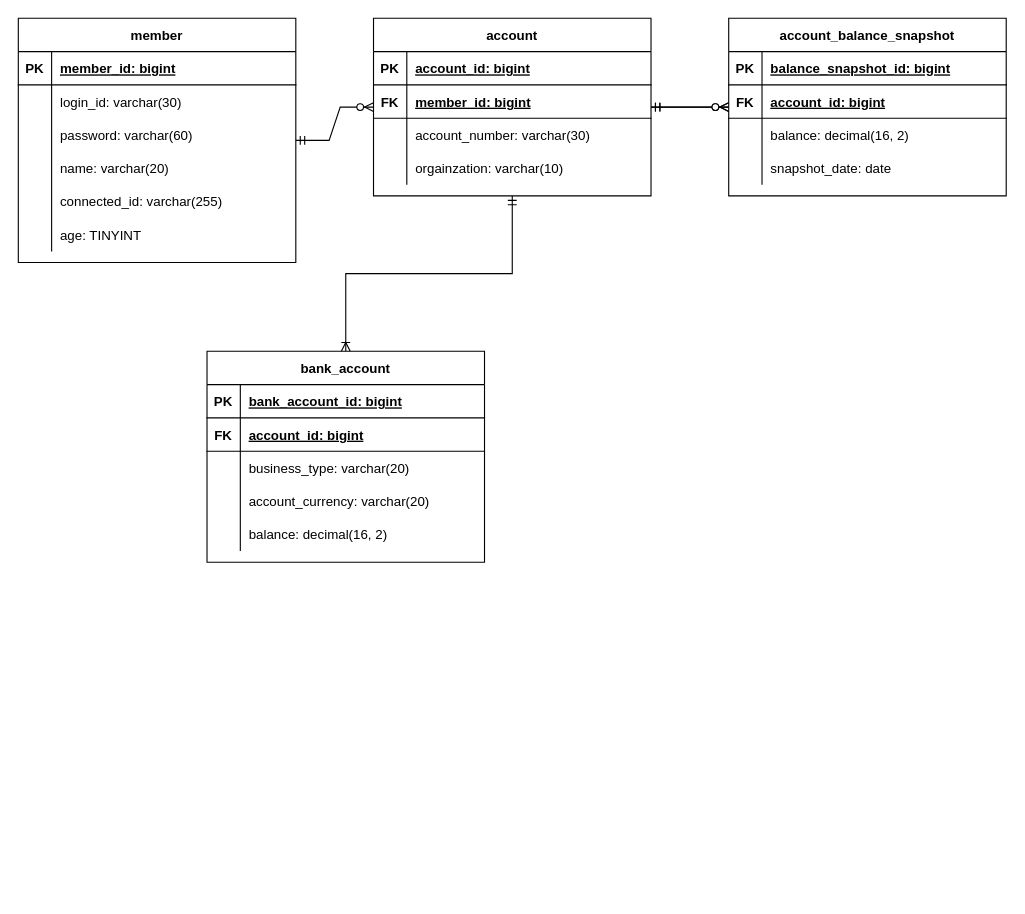
Earlier version of the draw.io diagram ER다이어그램(자산관리앱).drawio (GunwooJo/AssetManagement). Source tidied: cells renumbered, new cells numbered last; positions are measured from the earlier drawing's top-left corner, leaving out a move shared by most shapes. Both pictures are drawn from the tidied source at 111%, with x=0, y=0 at pixel (18, 18).
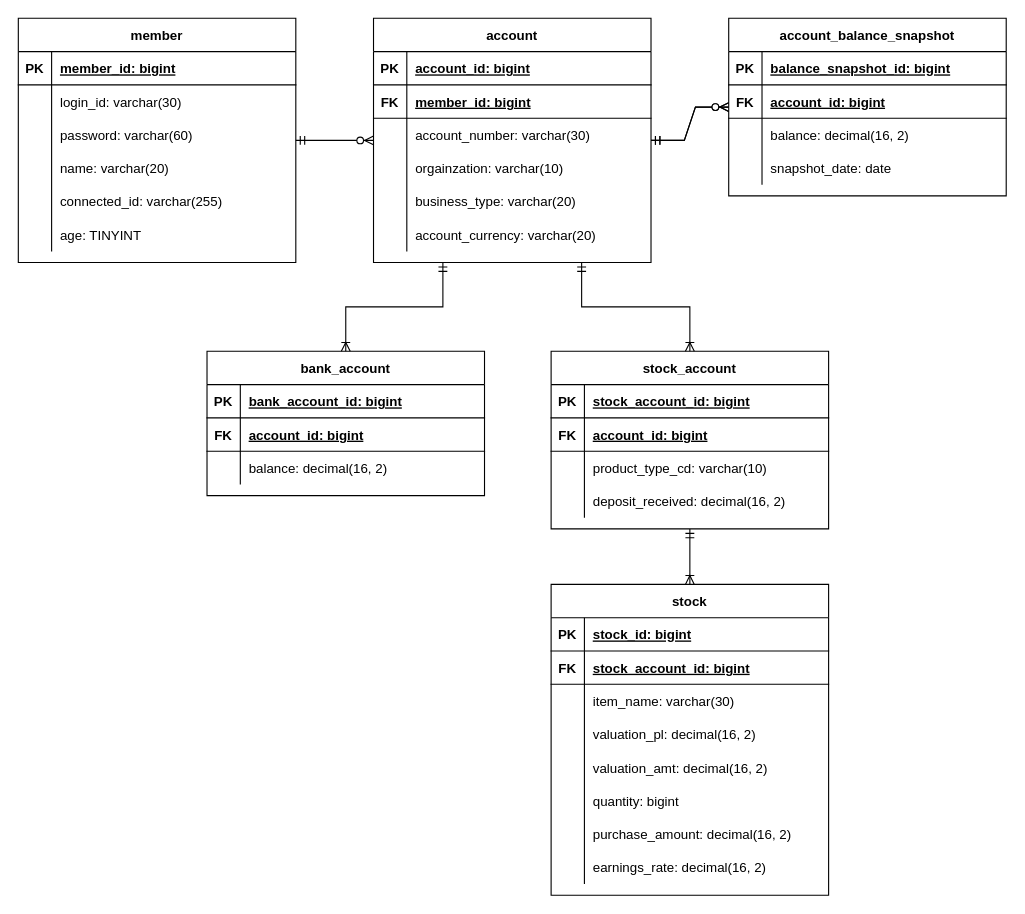
After the change.

Commit message:
stock_account, stock 테이블 정의

Diff of the diagram source:
```diff
@@
     <mxCell id="21" value="account" style="shape=table;startSize=30;childLayout=tableLayout;rowLines=0;fontStyle=1;align=center;" parent="1" vertex="1">
-      <mxGeometry x="320" width="250" height="160" as="geometry" />
+      <mxGeometry x="320" width="250" height="220" as="geometry" />
     </mxCell>
@@
+    <mxCell id="67" style="shape=partialRectangle;fillColor=none;top=0;left=0;right=0;bottom=0;" parent="21" vertex="1">
+      <mxGeometry y="150" width="250" height="30" as="geometry" />
+    </mxCell>
+    <mxCell id="68" style="shape=partialRectangle;overflow=hidden;fillColor=none;top=0;left=0;bottom=0;right=0;" parent="67" vertex="1">
+      <mxGeometry width="30" height="30" as="geometry" />
+    </mxCell>
+    <mxCell id="59" value="business_type: varchar(20)" style="shape=partialRectangle;overflow=hidden;fillColor=none;top=0;left=0;bottom=0;right=0;align=left;spacingLeft=6;" parent="67" vertex="1">
+      <mxGeometry x="30" width="220" height="30" as="geometry" />
+    </mxCell>
+    <mxCell id="69" style="shape=partialRectangle;fillColor=none;top=0;left=0;right=0;bottom=0;" parent="21" vertex="1">
+      <mxGeometry y="180" width="250" height="30" as="geometry" />
+    </mxCell>
+    <mxCell id="70" style="shape=partialRectangle;overflow=hidden;fillColor=none;top=0;left=0;bottom=0;right=0;" parent="69" vertex="1">
+      <mxGeometry width="30" height="30" as="geometry" />
+    </mxCell>
+    <mxCell id="62" value="account_currency: varchar(20)" style="shape=partialRectangle;overflow=hidden;fillColor=none;top=0;left=0;bottom=0;right=0;align=left;spacingLeft=6;" parent="69" vertex="1">
+      <mxGeometry x="30" width="220" height="30" as="geometry" />
+    </mxCell>
@@
     <mxCell id="50" value="bank_account" style="shape=table;startSize=30;childLayout=tableLayout;rowLines=0;fontStyle=1;align=center;" parent="1" vertex="1">
-      <mxGeometry x="170" y="300" width="250" height="190" as="geometry" />
+      <mxGeometry x="170" y="300" width="250" height="130" as="geometry" />
     </mxCell>
@@
-    <mxCell id="57" style="shape=partialRectangle;fillColor=none;top=0;left=0;right=0;bottom=0;" parent="50" vertex="1">
-      <mxGeometry y="90" width="250" height="30" as="geometry" />
-    </mxCell>
-    <mxCell id="58" style="shape=partialRectangle;overflow=hidden;fillColor=none;top=0;left=0;bottom=0;right=0;" parent="57" vertex="1">
-      <mxGeometry width="30" height="30" as="geometry" />
-    </mxCell>
-    <mxCell id="59" value="business_type: varchar(20)" style="shape=partialRectangle;overflow=hidden;fillColor=none;top=0;left=0;bottom=0;right=0;align=left;spacingLeft=6;" parent="57" vertex="1">
-      <mxGeometry x="30" width="220" height="30" as="geometry" />
-    </mxCell>
-    <mxCell id="60" style="shape=partialRectangle;fillColor=none;top=0;left=0;right=0;bottom=0;" parent="50" vertex="1">
-      <mxGeometry y="120" width="250" height="30" as="geometry" />
-    </mxCell>
-    <mxCell id="61" style="shape=partialRectangle;overflow=hidden;fillColor=none;top=0;left=0;bottom=0;right=0;" parent="60" vertex="1">
-      <mxGeometry width="30" height="30" as="geometry" />
-    </mxCell>
-    <mxCell id="62" value="account_currency: varchar(20)" style="shape=partialRectangle;overflow=hidden;fillColor=none;top=0;left=0;bottom=0;right=0;align=left;spacingLeft=6;" parent="60" vertex="1">
-      <mxGeometry x="30" width="220" height="30" as="geometry" />
-    </mxCell>
     <mxCell id="63" style="shape=partialRectangle;fillColor=none;top=0;left=0;right=0;bottom=0;" parent="50" vertex="1">
-      <mxGeometry y="150" width="250" height="30" as="geometry" />
+      <mxGeometry y="90" width="250" height="30" as="geometry" />
     </mxCell>
@@
-    <mxCell id="66" style="edgeStyle=orthogonalEdgeStyle;fontSize=12;html=1;endArrow=ERoneToMany;startArrow=ERmandOne;rounded=0;" parent="1" edge="1" source="21" target="50">
+    <mxCell id="66" style="edgeStyle=orthogonalEdgeStyle;fontSize=12;html=1;endArrow=ERoneToMany;startArrow=ERmandOne;rounded=0;exitX=0.25;exitY=1;exitDx=0;exitDy=0;" parent="1" edge="1" source="21" target="50">
       <mxGeometry relative="1" as="geometry" />
     </mxCell>
+    <mxCell id="71" value="stock_account" style="shape=table;startSize=30;childLayout=tableLayout;rowLines=0;fontStyle=1;align=center;" parent="1" vertex="1">
+      <mxGeometry x="480" y="300" width="250" height="160" as="geometry" />
+    </mxCell>
+    <mxCell id="72" style="shape=partialRectangle;fillColor=none;top=0;left=0;right=0;bottom=1;" parent="71" vertex="1">
+      <mxGeometry y="30" width="250" height="30" as="geometry" />
+    </mxCell>
+    <mxCell id="73" value="PK" style="shape=partialRectangle;overflow=hidden;fillColor=none;top=0;left=0;bottom=0;right=0;fontStyle=1;" parent="72" vertex="1">
+      <mxGeometry width="30" height="30" as="geometry" />
+    </mxCell>
+    <mxCell id="74" value="stock_account_id: bigint" style="shape=partialRectangle;overflow=hidden;fillColor=none;top=0;left=0;bottom=0;right=0;align=left;spacingLeft=6;fontStyle=5;" parent="72" vertex="1">
+      <mxGeometry x="30" width="220" height="30" as="geometry" />
+    </mxCell>
+    <mxCell id="75" style="shape=partialRectangle;fillColor=none;top=0;left=0;right=0;bottom=1;" parent="71" vertex="1">
+      <mxGeometry y="60" width="250" height="30" as="geometry" />
+    </mxCell>
+    <mxCell id="76" value="FK" style="shape=partialRectangle;overflow=hidden;fillColor=none;top=0;left=0;bottom=0;right=0;fontStyle=1;" parent="75" vertex="1">
+      <mxGeometry width="30" height="30" as="geometry" />
+    </mxCell>
+    <mxCell id="77" value="account_id: bigint" style="shape=partialRectangle;overflow=hidden;fillColor=none;top=0;left=0;bottom=0;right=0;align=left;spacingLeft=6;fontStyle=5;" parent="75" vertex="1">
+      <mxGeometry x="30" width="220" height="30" as="geometry" />
+    </mxCell>
+    <mxCell id="78" style="shape=partialRectangle;fillColor=none;top=0;left=0;right=0;bottom=0;" parent="71" vertex="1">
+      <mxGeometry y="90" width="250" height="30" as="geometry" />
+    </mxCell>
+    <mxCell id="79" style="shape=partialRectangle;overflow=hidden;fillColor=none;top=0;left=0;bottom=0;right=0;" parent="78" vertex="1">
+      <mxGeometry width="30" height="30" as="geometry" />
+    </mxCell>
+    <mxCell id="80" value="product_type_cd: varchar(10)" style="shape=partialRectangle;overflow=hidden;fillColor=none;top=0;left=0;bottom=0;right=0;align=left;spacingLeft=6;" parent="78" vertex="1">
+      <mxGeometry x="30" width="220" height="30" as="geometry" />
+    </mxCell>
+    <mxCell id="81" style="shape=partialRectangle;fillColor=none;top=0;left=0;right=0;bottom=0;" parent="71" vertex="1">
+      <mxGeometry y="120" width="250" height="30" as="geometry" />
+    </mxCell>
+    <mxCell id="82" style="shape=partialRectangle;overflow=hidden;fillColor=none;top=0;left=0;bottom=0;right=0;" parent="81" vertex="1">
+      <mxGeometry width="30" height="30" as="geometry" />
+    </mxCell>
+    <mxCell id="83" value="deposit_received: decimal(16, 2)" style="shape=partialRectangle;overflow=hidden;fillColor=none;top=0;left=0;bottom=0;right=0;align=left;spacingLeft=6;" parent="81" vertex="1">
+      <mxGeometry x="30" width="220" height="30" as="geometry" />
+    </mxCell>
+    <mxCell id="84" style="fontSize=12;html=1;endArrow=ERoneToMany;startArrow=ERmandOne;rounded=0;exitX=0.75;exitY=1;exitDx=0;exitDy=0;edgeStyle=orthogonalEdgeStyle;" parent="1" edge="1" source="21" target="71">
+      <mxGeometry relative="1" as="geometry" />
+    </mxCell>
+    <mxCell id="85" value="stock" style="shape=table;startSize=30;childLayout=tableLayout;rowLines=0;fontStyle=1;align=center;" parent="1" vertex="1">
+      <mxGeometry x="480" y="510" width="250" height="280" as="geometry" />
+    </mxCell>
+    <mxCell id="86" style="shape=partialRectangle;fillColor=none;top=0;left=0;right=0;bottom=1;" parent="85" vertex="1">
+      <mxGeometry y="30" width="250" height="30" as="geometry" />
+    </mxCell>
+    <mxCell id="87" value="PK" style="shape=partialRectangle;overflow=hidden;fillColor=none;top=0;left=0;bottom=0;right=0;fontStyle=1;" parent="86" vertex="1">
+      <mxGeometry width="30" height="30" as="geometry" />
+    </mxCell>
+    <mxCell id="88" value="stock_id: bigint" style="shape=partialRectangle;overflow=hidden;fillColor=none;top=0;left=0;bottom=0;right=0;align=left;spacingLeft=6;fontStyle=5;" parent="86" vertex="1">
+      <mxGeometry x="30" width="220" height="30" as="geometry" />
+    </mxCell>
+    <mxCell id="89" style="shape=partialRectangle;fillColor=none;top=0;left=0;right=0;bottom=1;" parent="85" vertex="1">
+      <mxGeometry y="60" width="250" height="30" as="geometry" />
+    </mxCell>
+    <mxCell id="90" value="FK" style="shape=partialRectangle;overflow=hidden;fillColor=none;top=0;left=0;bottom=0;right=0;fontStyle=1;" parent="89" vertex="1">
+      <mxGeometry width="30" height="30" as="geometry" />
+    </mxCell>
+    <mxCell id="91" value="stock_account_id: bigint" style="shape=partialRectangle;overflow=hidden;fillColor=none;top=0;left=0;bottom=0;right=0;align=left;spacingLeft=6;fontStyle=5;" parent="89" vertex="1">
+      <mxGeometry x="30" width="220" height="30" as="geometry" />
+    </mxCell>
+    <mxCell id="92" style="shape=partialRectangle;fillColor=none;top=0;left=0;right=0;bottom=0;" parent="85" vertex="1">
+      <mxGeometry y="90" width="250" height="30" as="geometry" />
+    </mxCell>
+    <mxCell id="93" style="shape=partialRectangle;overflow=hidden;fillColor=none;top=0;left=0;bottom=0;right=0;" parent="92" vertex="1">
+      <mxGeometry width="30" height="30" as="geometry" />
+    </mxCell>
+    <mxCell id="94" value="item_name: varchar(30)" style="shape=partialRectangle;overflow=hidden;fillColor=none;top=0;left=0;bottom=0;right=0;align=left;spacingLeft=6;" parent="92" vertex="1">
+      <mxGeometry x="30" width="220" height="30" as="geometry" />
+    </mxCell>
+    <mxCell id="95" style="shape=partialRectangle;fillColor=none;top=0;left=0;right=0;bottom=0;" parent="85" vertex="1">
+      <mxGeometry y="120" width="250" height="30" as="geometry" />
+    </mxCell>
+    <mxCell id="96" style="shape=partialRectangle;overflow=hidden;fillColor=none;top=0;left=0;bottom=0;right=0;" parent="95" vertex="1">
+      <mxGeometry width="30" height="30" as="geometry" />
+    </mxCell>
+    <mxCell id="97" value="valuation_pl: decimal(16, 2)" style="shape=partialRectangle;overflow=hidden;fillColor=none;top=0;left=0;bottom=0;right=0;align=left;spacingLeft=6;" parent="95" vertex="1">
+      <mxGeometry x="30" width="220" height="30" as="geometry" />
+    </mxCell>
+    <mxCell id="98" style="shape=partialRectangle;fillColor=none;top=0;left=0;right=0;bottom=0;" parent="85" vertex="1">
+      <mxGeometry y="150" width="250" height="30" as="geometry" />
+    </mxCell>
+    <mxCell id="99" style="shape=partialRectangle;overflow=hidden;fillColor=none;top=0;left=0;bottom=0;right=0;" parent="98" vertex="1">
+      <mxGeometry width="30" height="30" as="geometry" />
+    </mxCell>
+    <mxCell id="100" value="valuation_amt: decimal(16, 2)" style="shape=partialRectangle;overflow=hidden;fillColor=none;top=0;left=0;bottom=0;right=0;align=left;spacingLeft=6;" parent="98" vertex="1">
+      <mxGeometry x="30" width="220" height="30" as="geometry" />
+    </mxCell>
+    <mxCell id="101" style="shape=partialRectangle;fillColor=none;top=0;left=0;right=0;bottom=0;" parent="85" vertex="1">
+      <mxGeometry y="180" width="250" height="30" as="geometry" />
+    </mxCell>
+    <mxCell id="102" style="shape=partialRectangle;overflow=hidden;fillColor=none;top=0;left=0;bottom=0;right=0;" parent="101" vertex="1">
+      <mxGeometry width="30" height="30" as="geometry" />
+    </mxCell>
+    <mxCell id="103" value="quantity: bigint" style="shape=partialRectangle;overflow=hidden;fillColor=none;top=0;left=0;bottom=0;right=0;align=left;spacingLeft=6;" parent="101" vertex="1">
+      <mxGeometry x="30" width="220" height="30" as="geometry" />
+    </mxCell>
+    <mxCell id="104" style="shape=partialRectangle;fillColor=none;top=0;left=0;right=0;bottom=0;" parent="85" vertex="1">
+      <mxGeometry y="210" width="250" height="30" as="geometry" />
+    </mxCell>
+    <mxCell id="105" style="shape=partialRectangle;overflow=hidden;fillColor=none;top=0;left=0;bottom=0;right=0;" parent="104" vertex="1">
+      <mxGeometry width="30" height="30" as="geometry" />
+    </mxCell>
+    <mxCell id="106" value="purchase_amount: decimal(16, 2)" style="shape=partialRectangle;overflow=hidden;fillColor=none;top=0;left=0;bottom=0;right=0;align=left;spacingLeft=6;" parent="104" vertex="1">
+      <mxGeometry x="30" width="220" height="30" as="geometry" />
+    </mxCell>
+    <mxCell id="107" style="shape=partialRectangle;fillColor=none;top=0;left=0;right=0;bottom=0;" parent="85" vertex="1">
+      <mxGeometry y="240" width="250" height="30" as="geometry" />
+    </mxCell>
+    <mxCell id="108" style="shape=partialRectangle;overflow=hidden;fillColor=none;top=0;left=0;bottom=0;right=0;" parent="107" vertex="1">
+      <mxGeometry width="30" height="30" as="geometry" />
+    </mxCell>
+    <mxCell id="109" value="earnings_rate: decimal(16, 2)" style="shape=partialRectangle;overflow=hidden;fillColor=none;top=0;left=0;bottom=0;right=0;align=left;spacingLeft=6;" parent="107" vertex="1">
+      <mxGeometry x="30" width="220" height="30" as="geometry" />
+    </mxCell>
+    <mxCell id="110" style="fontSize=12;html=1;endArrow=ERoneToMany;startArrow=ERmandOne;rounded=0;exitX=0.5;exitY=1;exitDx=0;exitDy=0;edgeStyle=orthogonalEdgeStyle;" parent="1" edge="1" source="71" target="85">
+      <mxGeometry relative="1" as="geometry" />
+    </mxCell>
```
